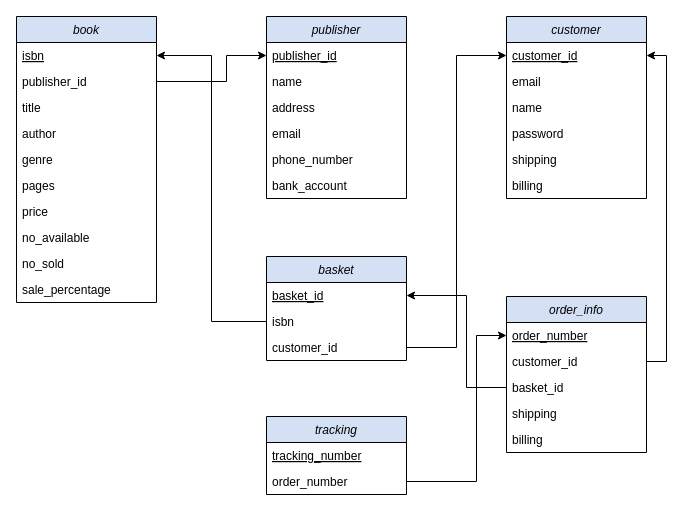
Jiongxu-An/COMP3005Project keeps this draw.io diagram as draw/Database_Schema.drawio. Above is the earlier version. Source tidied: cells renumbered, new cells numbered last; positions are measured from the earlier drawing's top-left corner, leaving out a move shared by most shapes. Both pictures are drawn from the tidied source at 100%, with x=0, y=0 at pixel (16, 16).
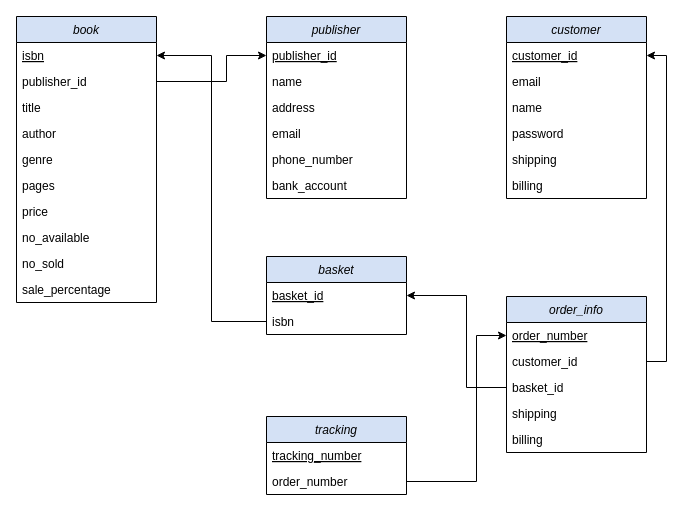
The same diagram, later.

Unchanged cells that the change refers to:
```xml
<mxCell id="26" value="customer_id" style="text;strokeColor=none;fillColor=none;align=left;verticalAlign=top;spacingLeft=4;spacingRight=4;overflow=hidden;points=[[0,0.5],[1,0.5]];portConstraint=eastwest;fontStyle=4;" parent="25" vertex="1">
  <mxGeometry y="26" width="140" height="26" as="geometry" />
</mxCell>
```

What changed in the source:
```diff
@@
     <mxCell id="20" value="basket" style="swimlane;fontStyle=2;horizontal=1;startSize=26;fillColor=#D4E1F5;" parent="1" vertex="1">
-      <mxGeometry x="250" y="240" width="140" height="104" as="geometry" />
+      <mxGeometry x="250" y="240" width="140" height="78" as="geometry" />
     </mxCell>
@@
-    <mxCell id="23" value="customer_id" style="text;strokeColor=none;fillColor=none;align=left;verticalAlign=top;spacingLeft=4;spacingRight=4;overflow=hidden;points=[[0,0.5],[1,0.5]];portConstraint=eastwest;fontStyle=0;" parent="20" vertex="1">
-      <mxGeometry y="78" width="140" height="26" as="geometry" />
-    </mxCell>
@@
-    <mxCell id="32" style="edgeStyle=orthogonalEdgeStyle;rounded=0;jettySize=auto;html=1;exitX=1;exitY=0.5;exitDx=0;exitDy=0;entryX=0;entryY=0.5;entryDx=0;entryDy=0;" parent="1" edge="1" source="23" target="26">
-      <mxGeometry relative="1" as="geometry" />
-    </mxCell>
```
